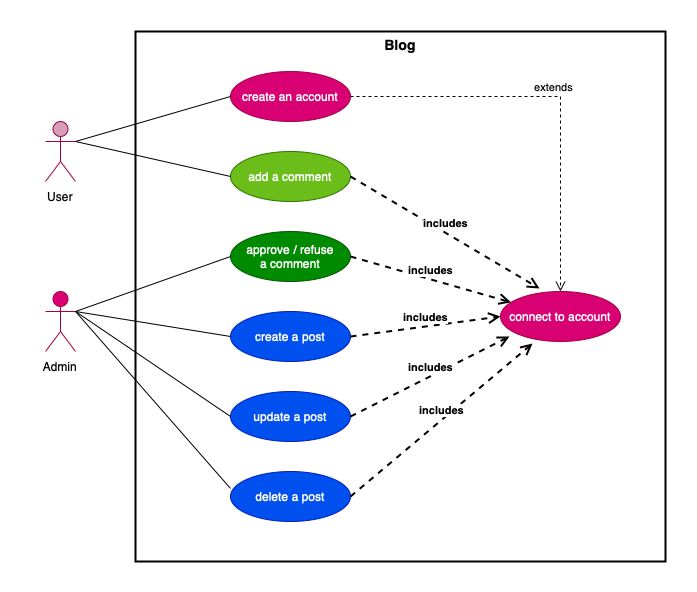
AnnaigJegourel/OC-P5-Creez-votre-premier-blog-en-PHP keeps this draw.io diagram as UMLdiagrams/Blog_UseCase.png. Above is the earlier version. Source tidied: cells renumbered, new cells last; positions are measured from the earlier drawing's top-left corner, leaving out a move shared by most shapes. The source it was exported from:
```xml
<mxGraphModel>
  <root>
    <mxCell id="0" />
    <mxCell id="1" parent="0" />
    <mxCell id="2" value="Admin" style="shape=umlActor;verticalLabelPosition=bottom;verticalAlign=top;html=1;outlineConnect=0;fillColor=#d80073;fontColor=#ffffff;strokeColor=#A50040;" parent="1" vertex="1">
      <mxGeometry x="15" y="260" width="30" height="60" as="geometry" />
    </mxCell>
    <mxCell id="3" value="Visitor" style="shape=umlActor;verticalLabelPosition=bottom;verticalAlign=top;html=1;outlineConnect=0;fillColor=#D59FBC;fontColor=#ffffff;strokeColor=#A50040;" parent="1" vertex="1">
      <mxGeometry x="15" y="90" width="30" height="60" as="geometry" />
    </mxCell>
    <mxCell id="4" value="create a post" style="ellipse;whiteSpace=wrap;html=1;fillColor=#0050ef;strokeColor=#001DBC;fontColor=#ffffff;" parent="1" vertex="1">
      <mxGeometry x="200" y="280" width="120" height="50" as="geometry" />
    </mxCell>
    <mxCell id="5" value="approve / refuse&lt;br&gt;a comment" style="ellipse;whiteSpace=wrap;html=1;fillColor=#008a00;strokeColor=#005700;fontColor=#ffffff;" parent="1" vertex="1">
      <mxGeometry x="200" y="200" width="120" height="50" as="geometry" />
    </mxCell>
    <mxCell id="6" value="update a post" style="ellipse;whiteSpace=wrap;html=1;fillColor=#0050ef;strokeColor=#001DBC;fontColor=#ffffff;" parent="1" vertex="1">
      <mxGeometry x="200" y="360" width="120" height="50" as="geometry" />
    </mxCell>
    <mxCell id="7" value="delete a post" style="ellipse;whiteSpace=wrap;html=1;fillColor=#0050ef;strokeColor=#001DBC;fontColor=#ffffff;" parent="1" vertex="1">
      <mxGeometry x="200" y="440" width="120" height="50" as="geometry" />
    </mxCell>
    <mxCell id="8" value="add a comment" style="ellipse;whiteSpace=wrap;html=1;fillColor=#6BBD1A;strokeColor=#2D7600;fontColor=#ffffff;" parent="1" vertex="1">
      <mxGeometry x="200" y="120" width="120" height="50" as="geometry" />
    </mxCell>
    <mxCell id="9" style="endArrow=none;html=1;rounded=0;entryX=0;entryY=0.5;entryDx=0;entryDy=0;exitX=1;exitY=0.3333333333333333;exitDx=0;exitDy=0;exitPerimeter=0;" parent="1" edge="1" source="3" target="8">
      <mxGeometry relative="1" as="geometry" />
    </mxCell>
    <mxCell id="10" style="endArrow=none;html=1;rounded=0;entryX=0;entryY=0.5;entryDx=0;entryDy=0;exitX=1;exitY=0.3333333333333333;exitDx=0;exitDy=0;exitPerimeter=0;" parent="1" edge="1" source="2" target="5">
      <mxGeometry relative="1" as="geometry" />
    </mxCell>
    <mxCell id="11" style="endArrow=none;html=1;rounded=0;entryX=0;entryY=0.5;entryDx=0;entryDy=0;exitX=1;exitY=0.3333333333333333;exitDx=0;exitDy=0;exitPerimeter=0;" parent="1" edge="1" source="2" target="4">
      <mxGeometry relative="1" as="geometry" />
    </mxCell>
    <mxCell id="12" style="endArrow=none;html=1;rounded=0;entryX=0;entryY=0.5;entryDx=0;entryDy=0;exitX=1;exitY=0.3333333333333333;exitDx=0;exitDy=0;exitPerimeter=0;" parent="1" edge="1" source="2" target="6">
      <mxGeometry relative="1" as="geometry" />
    </mxCell>
    <mxCell id="13" style="endArrow=none;html=1;rounded=0;entryX=0;entryY=0.34;entryDx=0;entryDy=0;entryPerimeter=0;exitX=1;exitY=0.3333333333333333;exitDx=0;exitDy=0;exitPerimeter=0;" parent="1" edge="1" source="2" target="7">
      <mxGeometry relative="1" as="geometry" />
    </mxCell>
    <mxCell id="14" value="connect to account" style="ellipse;whiteSpace=wrap;html=1;fillColor=#d80073;strokeColor=#A50040;fontColor=#ffffff;" parent="1" vertex="1">
      <mxGeometry x="470" y="260" width="120" height="50" as="geometry" />
    </mxCell>
    <mxCell id="15" value="create an account" style="ellipse;whiteSpace=wrap;html=1;fillColor=#d80073;strokeColor=#A50040;fontColor=#ffffff;" parent="1" vertex="1">
      <mxGeometry x="200" y="40" width="120" height="50" as="geometry" />
    </mxCell>
    <mxCell id="16" value="extends" style="html=1;verticalAlign=bottom;endArrow=open;dashed=1;endSize=8;rounded=0;exitX=1;exitY=0.5;exitDx=0;exitDy=0;entryX=0.5;entryY=0;entryDx=0;entryDy=0;" parent="1" edge="1" source="15" target="14">
      <mxGeometry relative="1" as="geometry">
        <Array as="points">
          <mxPoint x="530" y="65" />
        </Array>
      </mxGeometry>
    </mxCell>
    <mxCell id="17" value="&lt;b&gt;includes&lt;/b&gt;" style="html=1;verticalAlign=bottom;endArrow=open;dashed=1;endSize=8;rounded=0;strokeWidth=2;exitX=1;exitY=0.5;exitDx=0;exitDy=0;" parent="1" edge="1" source="5" target="14">
      <mxGeometry relative="1" as="geometry" />
    </mxCell>
    <mxCell id="18" value="&lt;b&gt;includes&lt;/b&gt;" style="html=1;verticalAlign=bottom;endArrow=open;dashed=1;endSize=8;rounded=0;exitX=1;exitY=0.5;exitDx=0;exitDy=0;strokeWidth=2;entryX=0;entryY=0.5;entryDx=0;entryDy=0;" parent="1" edge="1" source="4" target="14">
      <mxGeometry relative="1" as="geometry" />
    </mxCell>
    <mxCell id="19" value="&lt;b&gt;includes&lt;/b&gt;" style="html=1;verticalAlign=bottom;endArrow=open;dashed=1;endSize=8;rounded=0;entryX=0.075;entryY=0.9;entryDx=0;entryDy=0;strokeWidth=2;entryPerimeter=0;exitX=1;exitY=0.5;exitDx=0;exitDy=0;" parent="1" edge="1" source="6" target="14">
      <mxGeometry relative="1" as="geometry" />
    </mxCell>
    <mxCell id="20" value="&lt;b&gt;includes&lt;/b&gt;" style="html=1;verticalAlign=bottom;endArrow=open;dashed=1;endSize=8;rounded=0;strokeWidth=2;exitX=1;exitY=0.5;exitDx=0;exitDy=0;entryX=0.267;entryY=1.04;entryDx=0;entryDy=0;entryPerimeter=0;" parent="1" edge="1" source="7" target="14">
      <mxGeometry relative="1" as="geometry" />
    </mxCell>
    <mxCell id="21" value="Admin" style="text;html=1;strokeColor=none;fillColor=none;align=center;verticalAlign=middle;whiteSpace=wrap;rounded=0;" parent="1" vertex="1">
      <mxGeometry y="320" width="60" height="30" as="geometry" />
    </mxCell>
    <mxCell id="22" value="User" style="text;html=1;strokeColor=none;fillColor=none;align=center;verticalAlign=middle;whiteSpace=wrap;rounded=0;" parent="1" vertex="1">
      <mxGeometry y="150" width="60" height="30" as="geometry" />
    </mxCell>
    <mxCell id="23" style="endArrow=none;html=1;rounded=0;entryX=0;entryY=0.5;entryDx=0;entryDy=0;exitX=1;exitY=0.3333333333333333;exitDx=0;exitDy=0;exitPerimeter=0;" parent="1" edge="1" source="3" target="15">
      <mxGeometry relative="1" as="geometry" />
    </mxCell>
    <mxCell id="24" value="&lt;b&gt;includes&lt;/b&gt;" style="html=1;verticalAlign=bottom;endArrow=open;dashed=1;endSize=8;rounded=0;strokeWidth=2;exitX=1;exitY=0.5;exitDx=0;exitDy=0;entryX=0.325;entryY=-0.06;entryDx=0;entryDy=0;entryPerimeter=0;" parent="1" edge="1" source="8" target="14">
      <mxGeometry relative="1" as="geometry" />
    </mxCell>
    <mxCell id="25" style="whiteSpace=wrap;html=1;fillColor=none;strokeWidth=2;" parent="1" vertex="1">
      <mxGeometry x="105" width="530" height="530" as="geometry" />
    </mxCell>
    <mxCell id="26" value="Blog" style="text;align=center;fontStyle=1;verticalAlign=middle;spacingLeft=3;spacingRight=3;strokeColor=none;fillColor=none;fontSize=14;" parent="1" vertex="1">
      <mxGeometry x="330" width="80" height="26" as="geometry" />
    </mxCell>
  </root>
</mxGraphModel>
```
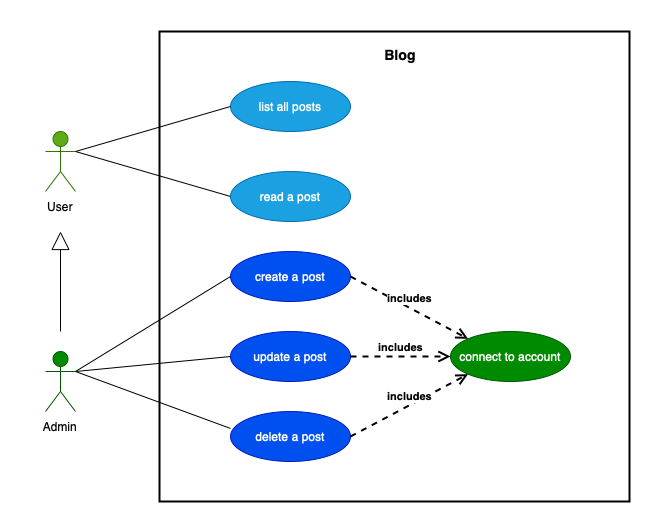
The same file after the commit.

Diff of the diagram source:
```diff
@@ -2,33 +2,24 @@
   <root>
     <mxCell id="0" />
     <mxCell id="1" parent="0" />
-    <mxCell id="2" value="Admin" style="shape=umlActor;verticalLabelPosition=bottom;verticalAlign=top;html=1;outlineConnect=0;fillColor=#d80073;fontColor=#ffffff;strokeColor=#A50040;" parent="1" vertex="1">
-      <mxGeometry x="15" y="260" width="30" height="60" as="geometry" />
+    <mxCell id="2" value="Admin" style="shape=umlActor;verticalLabelPosition=bottom;verticalAlign=top;html=1;outlineConnect=0;fillColor=#008a00;fontColor=#ffffff;strokeColor=#005700;" parent="1" vertex="1">
+      <mxGeometry x="15" y="310" width="30" height="60" as="geometry" />
     </mxCell>
-    <mxCell id="3" value="Visitor" style="shape=umlActor;verticalLabelPosition=bottom;verticalAlign=top;html=1;outlineConnect=0;fillColor=#D59FBC;fontColor=#ffffff;strokeColor=#A50040;" parent="1" vertex="1">
+    <mxCell id="3" value="Visitor" style="shape=umlActor;verticalLabelPosition=bottom;verticalAlign=top;html=1;outlineConnect=0;fillColor=#60a917;strokeColor=#2D7600;fontColor=#ffffff;" parent="1" vertex="1">
       <mxGeometry x="15" y="90" width="30" height="60" as="geometry" />
     </mxCell>
     <mxCell id="4" value="create a post" style="ellipse;whiteSpace=wrap;html=1;fillColor=#0050ef;strokeColor=#001DBC;fontColor=#ffffff;" parent="1" vertex="1">
-      <mxGeometry x="200" y="280" width="120" height="50" as="geometry" />
+      <mxGeometry x="200" y="210" width="120" height="50" as="geometry" />
     </mxCell>
-    <mxCell id="5" value="approve / refuse&lt;br&gt;a comment" style="ellipse;whiteSpace=wrap;html=1;fillColor=#008a00;strokeColor=#005700;fontColor=#ffffff;" parent="1" vertex="1">
-      <mxGeometry x="200" y="200" width="120" height="50" as="geometry" />
-    </mxCell>
     <mxCell id="6" value="update a post" style="ellipse;whiteSpace=wrap;html=1;fillColor=#0050ef;strokeColor=#001DBC;fontColor=#ffffff;" parent="1" vertex="1">
-      <mxGeometry x="200" y="360" width="120" height="50" as="geometry" />
+      <mxGeometry x="200" y="290" width="120" height="50" as="geometry" />
     </mxCell>
     <mxCell id="7" value="delete a post" style="ellipse;whiteSpace=wrap;html=1;fillColor=#0050ef;strokeColor=#001DBC;fontColor=#ffffff;" parent="1" vertex="1">
-      <mxGeometry x="200" y="440" width="120" height="50" as="geometry" />
+      <mxGeometry x="200" y="370" width="120" height="50" as="geometry" />
     </mxCell>
-    <mxCell id="8" value="add a comment" style="ellipse;whiteSpace=wrap;html=1;fillColor=#6BBD1A;strokeColor=#2D7600;fontColor=#ffffff;" parent="1" vertex="1">
-      <mxGeometry x="200" y="120" width="120" height="50" as="geometry" />
-    </mxCell>
-    <mxCell id="9" style="endArrow=none;html=1;rounded=0;entryX=0;entryY=0.5;entryDx=0;entryDy=0;exitX=1;exitY=0.3333333333333333;exitDx=0;exitDy=0;exitPerimeter=0;" parent="1" edge="1" source="3" target="8">
+    <mxCell id="9" style="endArrow=none;html=1;rounded=0;exitX=1;exitY=0.3333333333333333;exitDx=0;exitDy=0;exitPerimeter=0;entryX=0;entryY=0.5;entryDx=0;entryDy=0;" parent="1" edge="1" source="3" target="28">
       <mxGeometry relative="1" as="geometry" />
     </mxCell>
-    <mxCell id="10" style="endArrow=none;html=1;rounded=0;entryX=0;entryY=0.5;entryDx=0;entryDy=0;exitX=1;exitY=0.3333333333333333;exitDx=0;exitDy=0;exitPerimeter=0;" parent="1" edge="1" source="2" target="5">
-      <mxGeometry relative="1" as="geometry" />
-    </mxCell>
     <mxCell id="11" style="endArrow=none;html=1;rounded=0;entryX=0;entryY=0.5;entryDx=0;entryDy=0;exitX=1;exitY=0.3333333333333333;exitDx=0;exitDy=0;exitPerimeter=0;" parent="1" edge="1" source="2" target="4">
       <mxGeometry relative="1" as="geometry" />
     </mxCell>
@@ -38,48 +29,44 @@
     <mxCell id="13" style="endArrow=none;html=1;rounded=0;entryX=0;entryY=0.34;entryDx=0;entryDy=0;entryPerimeter=0;exitX=1;exitY=0.3333333333333333;exitDx=0;exitDy=0;exitPerimeter=0;" parent="1" edge="1" source="2" target="7">
       <mxGeometry relative="1" as="geometry" />
     </mxCell>
-    <mxCell id="14" value="connect to account" style="ellipse;whiteSpace=wrap;html=1;fillColor=#d80073;strokeColor=#A50040;fontColor=#ffffff;" parent="1" vertex="1">
-      <mxGeometry x="470" y="260" width="120" height="50" as="geometry" />
+    <mxCell id="14" value="connect to account" style="ellipse;whiteSpace=wrap;html=1;fillColor=#008a00;strokeColor=#005700;fontColor=#ffffff;" parent="1" vertex="1">
+      <mxGeometry x="420" y="290" width="120" height="50" as="geometry" />
     </mxCell>
-    <mxCell id="15" value="create an account" style="ellipse;whiteSpace=wrap;html=1;fillColor=#d80073;strokeColor=#A50040;fontColor=#ffffff;" parent="1" vertex="1">
-      <mxGeometry x="200" y="40" width="120" height="50" as="geometry" />
-    </mxCell>
-    <mxCell id="16" value="extends" style="html=1;verticalAlign=bottom;endArrow=open;dashed=1;endSize=8;rounded=0;exitX=1;exitY=0.5;exitDx=0;exitDy=0;entryX=0.5;entryY=0;entryDx=0;entryDy=0;" parent="1" edge="1" source="15" target="14">
-      <mxGeometry relative="1" as="geometry">
-        <Array as="points">
-          <mxPoint x="530" y="65" />
-        </Array>
-      </mxGeometry>
-    </mxCell>
-    <mxCell id="17" value="&lt;b&gt;includes&lt;/b&gt;" style="html=1;verticalAlign=bottom;endArrow=open;dashed=1;endSize=8;rounded=0;strokeWidth=2;exitX=1;exitY=0.5;exitDx=0;exitDy=0;" parent="1" edge="1" source="5" target="14">
-      <mxGeometry relative="1" as="geometry" />
-    </mxCell>
-    <mxCell id="18" value="&lt;b&gt;includes&lt;/b&gt;" style="html=1;verticalAlign=bottom;endArrow=open;dashed=1;endSize=8;rounded=0;exitX=1;exitY=0.5;exitDx=0;exitDy=0;strokeWidth=2;entryX=0;entryY=0.5;entryDx=0;entryDy=0;" parent="1" edge="1" source="4" target="14">
+    <mxCell id="18" value="&lt;b&gt;includes&lt;/b&gt;" style="html=1;verticalAlign=bottom;endArrow=open;dashed=1;endSize=8;rounded=0;exitX=1;exitY=0.5;exitDx=0;exitDy=0;strokeWidth=2;entryX=0;entryY=0;entryDx=0;entryDy=0;" parent="1" edge="1" source="4" target="14">
       <mxGeometry relative="1" as="geometry" />
     </mxCell>
-    <mxCell id="19" value="&lt;b&gt;includes&lt;/b&gt;" style="html=1;verticalAlign=bottom;endArrow=open;dashed=1;endSize=8;rounded=0;entryX=0.075;entryY=0.9;entryDx=0;entryDy=0;strokeWidth=2;entryPerimeter=0;exitX=1;exitY=0.5;exitDx=0;exitDy=0;" parent="1" edge="1" source="6" target="14">
+    <mxCell id="19" value="&lt;b&gt;includes&lt;/b&gt;" style="html=1;verticalAlign=bottom;endArrow=open;dashed=1;endSize=8;rounded=0;entryX=0;entryY=0.5;entryDx=0;entryDy=0;strokeWidth=2;exitX=1;exitY=0.5;exitDx=0;exitDy=0;" parent="1" edge="1" source="6" target="14">
       <mxGeometry relative="1" as="geometry" />
     </mxCell>
-    <mxCell id="20" value="&lt;b&gt;includes&lt;/b&gt;" style="html=1;verticalAlign=bottom;endArrow=open;dashed=1;endSize=8;rounded=0;strokeWidth=2;exitX=1;exitY=0.5;exitDx=0;exitDy=0;entryX=0.267;entryY=1.04;entryDx=0;entryDy=0;entryPerimeter=0;" parent="1" edge="1" source="7" target="14">
+    <mxCell id="20" value="&lt;b&gt;includes&lt;/b&gt;" style="html=1;verticalAlign=bottom;endArrow=open;dashed=1;endSize=8;rounded=0;strokeWidth=2;exitX=1;exitY=0.5;exitDx=0;exitDy=0;entryX=0;entryY=1;entryDx=0;entryDy=0;" parent="1" edge="1" source="7" target="14">
       <mxGeometry relative="1" as="geometry" />
     </mxCell>
     <mxCell id="21" value="Admin" style="text;html=1;strokeColor=none;fillColor=none;align=center;verticalAlign=middle;whiteSpace=wrap;rounded=0;" parent="1" vertex="1">
-      <mxGeometry y="320" width="60" height="30" as="geometry" />
+      <mxGeometry y="370" width="60" height="30" as="geometry" />
     </mxCell>
     <mxCell id="22" value="User" style="text;html=1;strokeColor=none;fillColor=none;align=center;verticalAlign=middle;whiteSpace=wrap;rounded=0;" parent="1" vertex="1">
       <mxGeometry y="150" width="60" height="30" as="geometry" />
     </mxCell>
-    <mxCell id="23" style="endArrow=none;html=1;rounded=0;entryX=0;entryY=0.5;entryDx=0;entryDy=0;exitX=1;exitY=0.3333333333333333;exitDx=0;exitDy=0;exitPerimeter=0;" parent="1" edge="1" source="3" target="15">
-      <mxGeometry relative="1" as="geometry" />
-    </mxCell>
-    <mxCell id="24" value="&lt;b&gt;includes&lt;/b&gt;" style="html=1;verticalAlign=bottom;endArrow=open;dashed=1;endSize=8;rounded=0;strokeWidth=2;exitX=1;exitY=0.5;exitDx=0;exitDy=0;entryX=0.325;entryY=-0.06;entryDx=0;entryDy=0;entryPerimeter=0;" parent="1" edge="1" source="8" target="14">
-      <mxGeometry relative="1" as="geometry" />
-    </mxCell>
     <mxCell id="25" style="whiteSpace=wrap;html=1;fillColor=none;strokeWidth=2;" parent="1" vertex="1">
-      <mxGeometry x="105" width="530" height="530" as="geometry" />
+      <mxGeometry x="129" y="-10" width="470" height="470" as="geometry" />
     </mxCell>
     <mxCell id="26" value="Blog" style="text;align=center;fontStyle=1;verticalAlign=middle;spacingLeft=3;spacingRight=3;strokeColor=none;fillColor=none;fontSize=14;" parent="1" vertex="1">
       <mxGeometry x="330" width="80" height="26" as="geometry" />
     </mxCell>
+    <mxCell id="27" style="endArrow=block;endSize=16;endFill=0;html=1;rounded=0;" parent="1" edge="1">
+      <mxGeometry relative="1" as="geometry">
+        <mxPoint x="30" y="290" as="sourcePoint" />
+        <mxPoint x="30" y="190" as="targetPoint" />
+      </mxGeometry>
+    </mxCell>
+    <mxCell id="28" value="read a post" style="ellipse;whiteSpace=wrap;html=1;fillColor=#1ba1e2;strokeColor=#006EAF;fontColor=#ffffff;" parent="1" vertex="1">
+      <mxGeometry x="200" y="130" width="120" height="50" as="geometry" />
+    </mxCell>
+    <mxCell id="29" value="list all posts" style="ellipse;whiteSpace=wrap;html=1;fillColor=#1ba1e2;strokeColor=#006EAF;fontColor=#ffffff;" parent="1" vertex="1">
+      <mxGeometry x="200" y="40" width="120" height="50" as="geometry" />
+    </mxCell>
+    <mxCell id="30" style="endArrow=none;html=1;rounded=0;entryX=0;entryY=0.5;entryDx=0;entryDy=0;exitX=1;exitY=0.3333333333333333;exitDx=0;exitDy=0;exitPerimeter=0;" parent="1" edge="1" source="3" target="29">
+      <mxGeometry relative="1" as="geometry" />
+    </mxCell>
   </root>
 </mxGraphModel>
```
